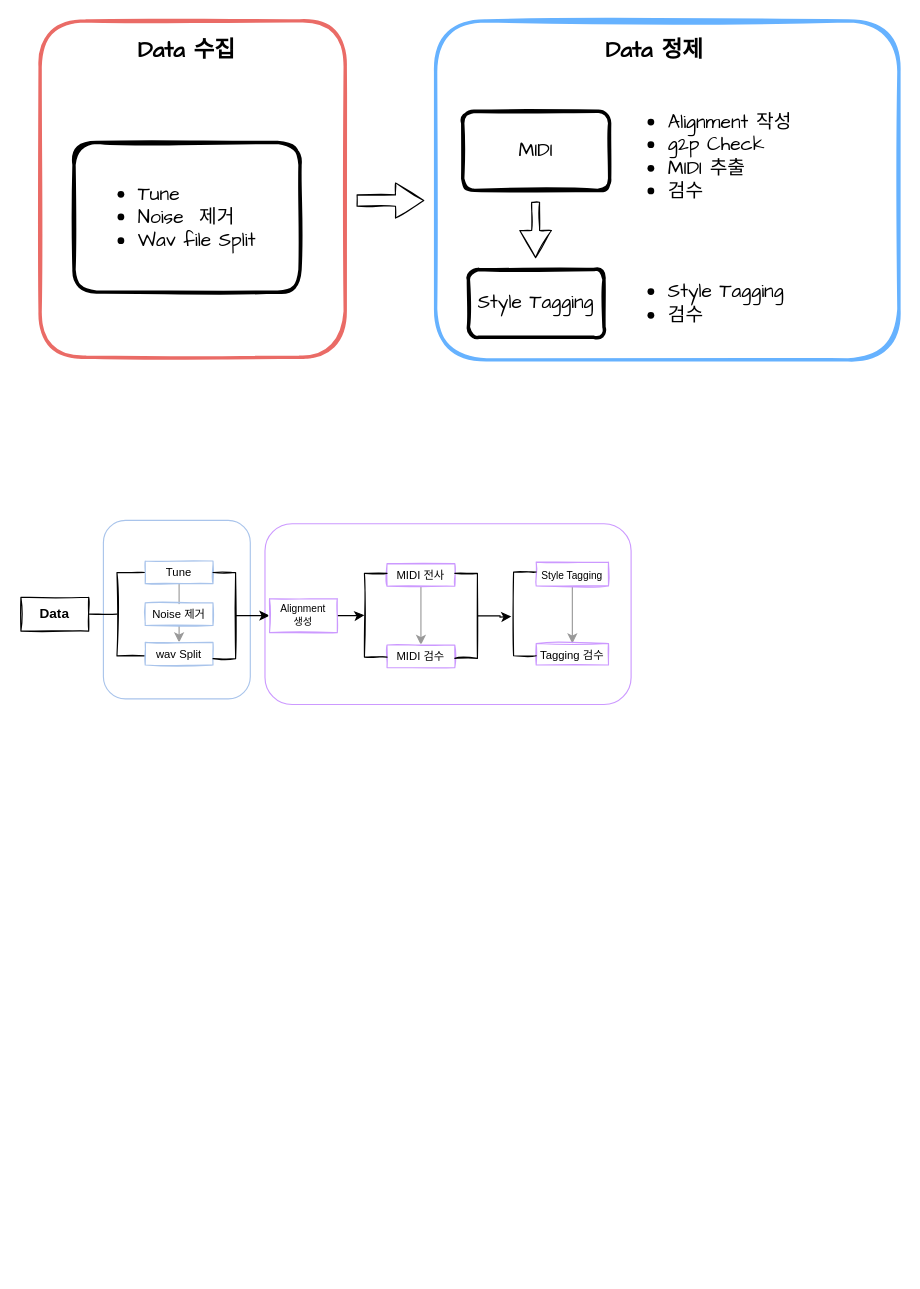
Earlier version of the draw.io diagram page "Page-1" (1 of 2) of Untitled Diagram.drawio (nyjinnn/images). Source tidied: cells renumbered, new cells numbered last; positions are measured from the earlier drawing's top-left corner, leaving out a move shared by most shapes. Both pictures are drawn from the tidied source at 113%, with x=0, y=0 at pixel (20, 20).
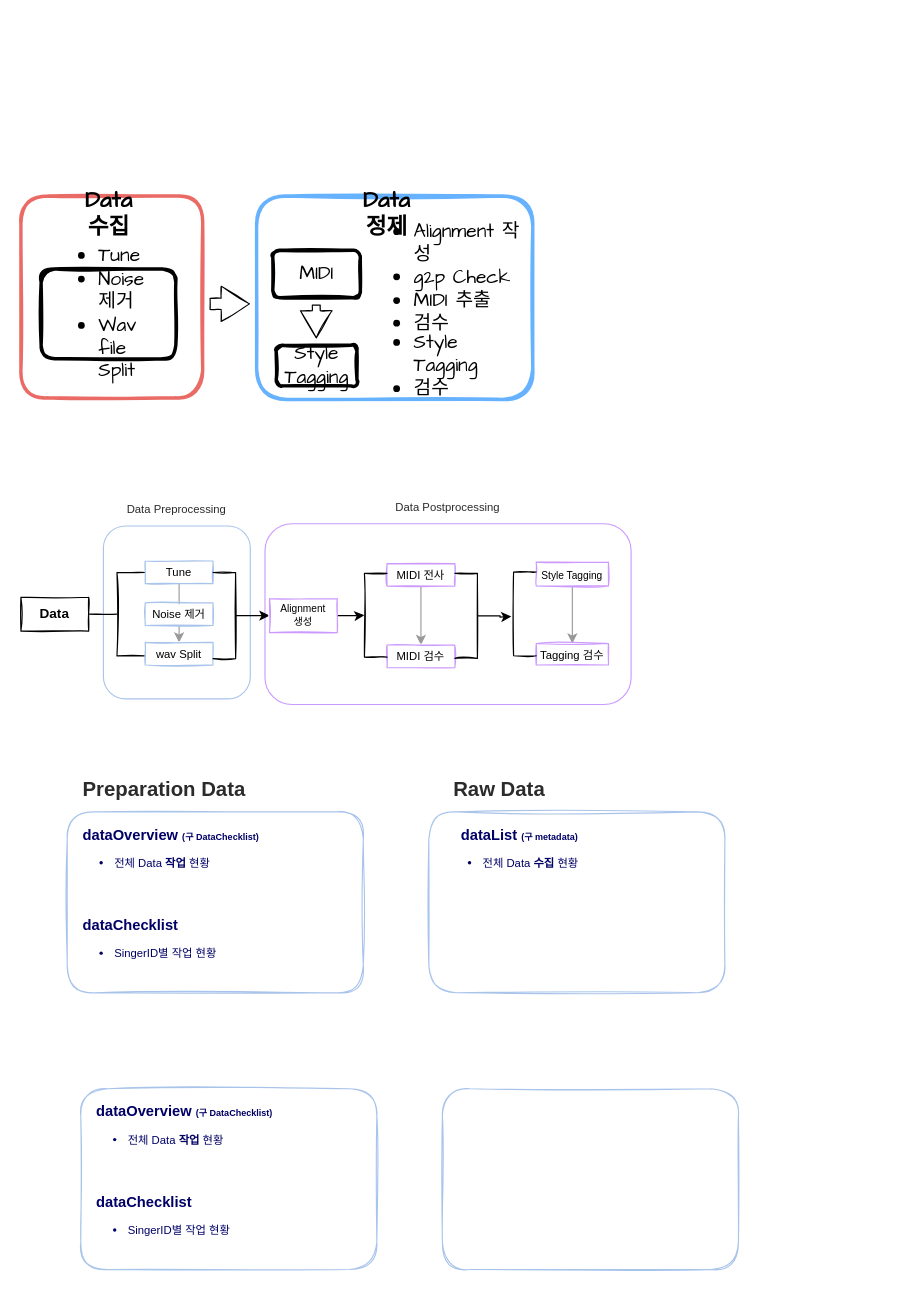
Above is the later version.

Diff of the diagram source:
```diff
@@
+    <mxCell id="36" style="rounded=1;whiteSpace=wrap;html=1;sketch=1;fontSize=9;strokeColor=#A9C4EB;strokeWidth=1;fillColor=default;" parent="1" vertex="1">
+      <mxGeometry x="361" y="700" width="262" height="160" as="geometry" />
+    </mxCell>
+    <mxCell id="37" style="rounded=1;whiteSpace=wrap;html=1;sketch=1;fontSize=9;strokeColor=#A9C4EB;strokeWidth=1;fillColor=default;" parent="1" vertex="1">
+      <mxGeometry x="41" y="700" width="262" height="160" as="geometry" />
+    </mxCell>
@@
     <mxCell id="3" style="rounded=1;whiteSpace=wrap;html=1;sketch=0;fontSize=9;strokeColor=#A9C4EB;strokeWidth=1;fillColor=default;" parent="1" vertex="1">
-      <mxGeometry x="73" y="442" width="130" height="158" as="geometry" />
+      <mxGeometry x="73" y="447" width="130" height="153" as="geometry" />
     </mxCell>
-    <mxCell id="4" style="rounded=1;whiteSpace=wrap;html=1;shadow=0;glass=0;sketch=1;fontFamily=Comic Sans MS;fontSize=17;strokeWidth=3;strokeColor=#66B2FF;" parent="1" vertex="1">
-      <mxGeometry x="367" width="410" height="300" as="geometry" />
-    </mxCell>
-    <mxCell id="5" style="rounded=1;whiteSpace=wrap;html=1;shadow=0;glass=0;sketch=1;fontFamily=Comic Sans MS;fontSize=17;strokeWidth=3;strokeColor=#EA6B66;" parent="1" vertex="1">
-      <mxGeometry x="17" width="270" height="297.5" as="geometry" />
-    </mxCell>
-    <mxCell id="6" style="rounded=1;whiteSpace=wrap;html=1;strokeColor=#000000;strokeWidth=3;gradientColor=none;shadow=0;glass=0;sketch=1;perimeterSpacing=0;" parent="1" vertex="1">
-      <mxGeometry x="47" y="107.5" width="200" height="132.5" as="geometry" />
-    </mxCell>
-    <mxCell id="7" value="Data 수집" style="text;html=1;strokeColor=none;fillColor=none;align=center;verticalAlign=middle;whiteSpace=wrap;rounded=0;fontStyle=1;fontSize=20;fontFamily=Comic Sans MS;" parent="1" vertex="1">
-      <mxGeometry x="97" y="10" width="100" height="30" as="geometry" />
-    </mxCell>
-    <mxCell id="8" value="&lt;ul style=&quot;font-size: 17px;&quot;&gt;&lt;li style=&quot;font-size: 17px;&quot;&gt;Tune&lt;/li&gt;&lt;li style=&quot;font-size: 17px;&quot;&gt;Noise&amp;nbsp; 제거&lt;/li&gt;&lt;li style=&quot;font-size: 17px;&quot;&gt;Wav file Split&lt;/li&gt;&lt;/ul&gt;" style="text;html=1;strokeColor=none;fillColor=none;align=left;verticalAlign=middle;whiteSpace=wrap;rounded=0;shadow=0;glass=0;sketch=1;fontFamily=Comic Sans MS;fontSize=17;" parent="1" vertex="1">
-      <mxGeometry x="62" y="123.8" width="170" height="100" as="geometry" />
-    </mxCell>
-    <mxCell id="9" value="Data 정제" style="text;html=1;strokeColor=none;fillColor=none;align=center;verticalAlign=middle;whiteSpace=wrap;rounded=0;fontStyle=1;fontSize=20;fontFamily=Comic Sans MS;" parent="1" vertex="1">
-      <mxGeometry x="511" y="10" width="100" height="30" as="geometry" />
-    </mxCell>
-    <mxCell id="10" value="MIDI" style="rounded=1;whiteSpace=wrap;html=1;shadow=0;glass=0;sketch=1;fontFamily=Comic Sans MS;fontSize=17;strokeColor=#000000;strokeWidth=3;fillColor=#FFFFFF;gradientColor=none;" parent="1" vertex="1">
-      <mxGeometry x="391" y="80" width="130" height="70" as="geometry" />
-    </mxCell>
-    <mxCell id="11" value="Style Tagging" style="rounded=1;whiteSpace=wrap;html=1;shadow=0;glass=0;sketch=1;fontFamily=Comic Sans MS;fontSize=17;strokeColor=#000000;strokeWidth=3;fillColor=#FFFFFF;gradientColor=none;" parent="1" vertex="1">
-      <mxGeometry x="396" y="220" width="120" height="60" as="geometry" />
-    </mxCell>
-    <mxCell id="12" value="&lt;ul style=&quot;font-size: 17px&quot;&gt;&lt;li style=&quot;font-size: 17px&quot;&gt;Alignment 작성&lt;/li&gt;&lt;li style=&quot;font-size: 17px&quot;&gt;g2p Check&lt;/li&gt;&lt;li style=&quot;font-size: 17px&quot;&gt;MIDI 추출&lt;/li&gt;&lt;li style=&quot;font-size: 17px&quot;&gt;검수&lt;/li&gt;&lt;/ul&gt;" style="text;html=1;strokeColor=none;fillColor=none;align=left;verticalAlign=middle;whiteSpace=wrap;rounded=0;shadow=0;glass=0;sketch=1;fontFamily=Comic Sans MS;fontSize=17;" parent="1" vertex="1">
-      <mxGeometry x="531" y="80" width="230" height="80" as="geometry" />
-    </mxCell>
-    <mxCell id="13" value="&lt;ul style=&quot;font-size: 17px&quot;&gt;&lt;li style=&quot;font-size: 17px&quot;&gt;Style Tagging&lt;/li&gt;&lt;li style=&quot;font-size: 17px&quot;&gt;검수&lt;/li&gt;&lt;/ul&gt;" style="text;html=1;strokeColor=none;fillColor=none;align=left;verticalAlign=middle;whiteSpace=wrap;rounded=0;shadow=0;glass=0;sketch=1;fontFamily=Comic Sans MS;fontSize=17;" parent="1" vertex="1">
-      <mxGeometry x="531" y="225" width="190" height="50" as="geometry" />
-    </mxCell>
-    <mxCell id="14" style="shape=flexArrow;endArrow=classic;html=1;rounded=1;sketch=1;fontFamily=Comic Sans MS;fontSize=17;startSize=2;endSize=8;" parent="1" edge="1">
-      <mxGeometry relative="1" as="geometry">
-        <mxPoint x="297" y="159" as="sourcePoint" />
-        <mxPoint x="357" y="159" as="targetPoint" />
-      </mxGeometry>
-    </mxCell>
-    <mxCell id="15" style="shape=flexArrow;endArrow=classic;html=1;rounded=1;sketch=1;fontFamily=Comic Sans MS;fontSize=17;startSize=2;endSize=7.67;width=7;" parent="1" edge="1">
-      <mxGeometry relative="1" as="geometry">
-        <mxPoint x="455.5" y="160" as="sourcePoint" />
-        <mxPoint x="455.5" y="210" as="targetPoint" />
-      </mxGeometry>
-    </mxCell>
@@
+    <mxCell id="38" style="group;" parent="1" vertex="1">
+      <mxGeometry y="155" width="453" height="180" as="geometry" />
+    </mxCell>
+    <mxCell id="4" style="rounded=1;whiteSpace=wrap;html=1;shadow=0;glass=0;sketch=1;fontFamily=Comic Sans MS;fontSize=17;strokeWidth=3;strokeColor=#66B2FF;" parent="38" vertex="1">
+      <mxGeometry x="208.6" width="244.4" height="180" as="geometry" />
+    </mxCell>
+    <mxCell id="5" style="rounded=1;whiteSpace=wrap;html=1;shadow=0;glass=0;sketch=1;fontFamily=Comic Sans MS;fontSize=17;strokeWidth=3;strokeColor=#EA6B66;" parent="38" vertex="1">
+      <mxGeometry width="160.9" height="178.5" as="geometry" />
+    </mxCell>
+    <mxCell id="6" style="rounded=1;whiteSpace=wrap;html=1;strokeColor=#000000;strokeWidth=3;gradientColor=none;shadow=0;glass=0;sketch=1;perimeterSpacing=0;" parent="38" vertex="1">
+      <mxGeometry x="17.9" y="64.5" width="119.2" height="79.5" as="geometry" />
+    </mxCell>
+    <mxCell id="7" value="Data 수집" style="text;html=1;strokeColor=none;fillColor=none;align=center;verticalAlign=middle;whiteSpace=wrap;rounded=0;fontStyle=1;fontSize=20;fontFamily=Comic Sans MS;" parent="38" vertex="1">
+      <mxGeometry x="47.7" y="6" width="59.6" height="18" as="geometry" />
+    </mxCell>
+    <mxCell id="8" value="&lt;ul style=&quot;font-size: 17px;&quot;&gt;&lt;li style=&quot;font-size: 17px;&quot;&gt;Tune&lt;/li&gt;&lt;li style=&quot;font-size: 17px;&quot;&gt;Noise&amp;nbsp; 제거&lt;/li&gt;&lt;li style=&quot;font-size: 17px;&quot;&gt;Wav file Split&lt;/li&gt;&lt;/ul&gt;" style="text;html=1;strokeColor=none;fillColor=none;align=left;verticalAlign=middle;whiteSpace=wrap;rounded=0;shadow=0;glass=0;sketch=1;fontFamily=Comic Sans MS;fontSize=17;" parent="38" vertex="1">
+      <mxGeometry x="26.8" y="74.2" width="101.3" height="60" as="geometry" />
+    </mxCell>
+    <mxCell id="9" value="Data 정제" style="text;html=1;strokeColor=none;fillColor=none;align=center;verticalAlign=middle;whiteSpace=wrap;rounded=0;fontStyle=1;fontSize=20;fontFamily=Comic Sans MS;" parent="38" vertex="1">
+      <mxGeometry x="294.4" y="6" width="59.6" height="18" as="geometry" />
+    </mxCell>
+    <mxCell id="10" value="MIDI" style="rounded=1;whiteSpace=wrap;html=1;shadow=0;glass=0;sketch=1;fontFamily=Comic Sans MS;fontSize=17;strokeColor=#000000;strokeWidth=3;fillColor=#FFFFFF;gradientColor=none;" parent="38" vertex="1">
+      <mxGeometry x="222.9" y="48" width="77.5" height="42" as="geometry" />
+    </mxCell>
+    <mxCell id="11" value="Style Tagging" style="rounded=1;whiteSpace=wrap;html=1;shadow=0;glass=0;sketch=1;fontFamily=Comic Sans MS;fontSize=17;strokeColor=#000000;strokeWidth=3;fillColor=#FFFFFF;gradientColor=none;" parent="38" vertex="1">
+      <mxGeometry x="225.9" y="132" width="71.5" height="36" as="geometry" />
+    </mxCell>
+    <mxCell id="12" value="&lt;ul style=&quot;font-size: 17px&quot;&gt;&lt;li style=&quot;font-size: 17px&quot;&gt;Alignment 작성&lt;/li&gt;&lt;li style=&quot;font-size: 17px&quot;&gt;g2p Check&lt;/li&gt;&lt;li style=&quot;font-size: 17px&quot;&gt;MIDI 추출&lt;/li&gt;&lt;li style=&quot;font-size: 17px&quot;&gt;검수&lt;/li&gt;&lt;/ul&gt;" style="text;html=1;strokeColor=none;fillColor=none;align=left;verticalAlign=middle;whiteSpace=wrap;rounded=0;shadow=0;glass=0;sketch=1;fontFamily=Comic Sans MS;fontSize=17;" parent="38" vertex="1">
+      <mxGeometry x="306.4" y="48" width="137.1" height="48" as="geometry" />
+    </mxCell>
+    <mxCell id="13" value="&lt;ul style=&quot;font-size: 17px&quot;&gt;&lt;li style=&quot;font-size: 17px&quot;&gt;Style Tagging&lt;/li&gt;&lt;li style=&quot;font-size: 17px&quot;&gt;검수&lt;/li&gt;&lt;/ul&gt;" style="text;html=1;strokeColor=none;fillColor=none;align=left;verticalAlign=middle;whiteSpace=wrap;rounded=0;shadow=0;glass=0;sketch=1;fontFamily=Comic Sans MS;fontSize=17;" parent="38" vertex="1">
+      <mxGeometry x="306.4" y="135" width="113.2" height="30" as="geometry" />
+    </mxCell>
+    <mxCell id="14" style="shape=flexArrow;endArrow=classic;html=1;rounded=1;sketch=1;fontFamily=Comic Sans MS;fontSize=17;startSize=2;endSize=8;" parent="38" edge="1">
+      <mxGeometry relative="1" as="geometry">
+        <mxPoint x="166.9" y="95.4" as="sourcePoint" />
+        <mxPoint x="202.7" y="95.4" as="targetPoint" />
+      </mxGeometry>
+    </mxCell>
+    <mxCell id="15" style="shape=flexArrow;endArrow=classic;html=1;rounded=1;sketch=1;fontFamily=Comic Sans MS;fontSize=17;startSize=2;endSize=7.67;width=7;" parent="38" edge="1">
+      <mxGeometry relative="1" as="geometry">
+        <mxPoint x="261.4" y="96" as="sourcePoint" />
+        <mxPoint x="261.4" y="126" as="targetPoint" />
+      </mxGeometry>
+    </mxCell>
+    <mxCell id="39" value="&lt;font style=&quot;font-size: 18px;&quot;&gt;Preparation Data&lt;/font&gt;" style="text;strokeColor=none;fillColor=none;html=1;fontSize=18;fontStyle=1;verticalAlign=middle;align=left;sketch=0;fontColor=#2B2B2B;" parent="1" vertex="1">
+      <mxGeometry x="53" y="660" width="147" height="40" as="geometry" />
+    </mxCell>
+    <mxCell id="40" value="&lt;span style=&quot;font-size: 18px;&quot;&gt;Raw Data&lt;/span&gt;" style="text;strokeColor=none;fillColor=none;html=1;fontSize=18;fontStyle=1;verticalAlign=middle;align=left;sketch=0;fontColor=#2B2B2B;" parent="1" vertex="1">
+      <mxGeometry x="381" y="660" width="147" height="40" as="geometry" />
+    </mxCell>
+    <mxCell id="41" value="dataOverview &lt;font style=&quot;font-size: 8px;&quot;&gt;(&lt;font style=&quot;&quot;&gt;구&lt;/font&gt; DataChecklist)&lt;/font&gt;" style="text;html=1;strokeColor=none;fillColor=none;align=left;verticalAlign=middle;whiteSpace=wrap;rounded=0;sketch=0;fontSize=13;fontStyle=1;fontColor=#000066;" parent="1" vertex="1">
+      <mxGeometry x="53" y="710" width="200" height="20" as="geometry" />
+    </mxCell>
+    <mxCell id="42" value="dataChecklist" style="text;html=1;strokeColor=none;fillColor=none;align=left;verticalAlign=middle;whiteSpace=wrap;rounded=0;sketch=0;fontSize=13;fontStyle=1;fontColor=#000066;" parent="1" vertex="1">
+      <mxGeometry x="53" y="790" width="217" height="20" as="geometry" />
+    </mxCell>
+    <mxCell id="43" value="dataList &lt;font style=&quot;font-size: 8px;&quot;&gt;(&lt;font style=&quot;&quot;&gt;구&amp;nbsp;&lt;/font&gt;metadata)&lt;/font&gt;" style="text;html=1;strokeColor=none;fillColor=none;align=center;verticalAlign=middle;whiteSpace=wrap;rounded=0;sketch=0;fontSize=13;fontStyle=1;fontColor=#000066;" parent="1" vertex="1">
+      <mxGeometry x="367" y="710" width="148.5" height="20" as="geometry" />
+    </mxCell>
+    <mxCell id="44" value="&lt;ul style=&quot;font-size: 10px;&quot;&gt;&lt;li style=&quot;font-size: 10px;&quot;&gt;전체 Data &lt;b style=&quot;font-size: 10px;&quot;&gt;작업&lt;/b&gt; 현황&lt;/li&gt;&lt;/ul&gt;" style="text;html=1;strokeColor=none;fillColor=none;align=left;verticalAlign=middle;whiteSpace=wrap;rounded=0;sketch=0;fontSize=10;fontColor=#000066;" parent="1" vertex="1">
+      <mxGeometry x="41" y="730" width="140" height="30" as="geometry" />
+    </mxCell>
+    <mxCell id="45" value="&lt;ul style=&quot;font-size: 10px;&quot;&gt;&lt;li style=&quot;font-size: 10px;&quot;&gt;SingerID별 작업 현황&lt;/li&gt;&lt;/ul&gt;" style="text;html=1;strokeColor=none;fillColor=none;align=left;verticalAlign=middle;whiteSpace=wrap;rounded=0;sketch=0;fontSize=10;fontColor=#000066;" parent="1" vertex="1">
+      <mxGeometry x="41" y="810" width="140" height="30" as="geometry" />
+    </mxCell>
+    <mxCell id="46" value="&lt;ul style=&quot;font-size: 10px;&quot;&gt;&lt;li style=&quot;font-size: 10px;&quot;&gt;전체 Data &lt;b style=&quot;font-size: 10px;&quot;&gt;수집 &lt;/b&gt;현황&lt;/li&gt;&lt;/ul&gt;" style="text;html=1;strokeColor=none;fillColor=none;align=left;verticalAlign=middle;whiteSpace=wrap;rounded=0;sketch=0;fontSize=10;fontColor=#000066;" parent="1" vertex="1">
+      <mxGeometry x="367" y="730" width="140" height="30" as="geometry" />
+    </mxCell>
+    <mxCell id="47" value="Data Preprocessing" style="text;html=1;strokeColor=none;fillColor=none;align=center;verticalAlign=middle;whiteSpace=wrap;rounded=0;sketch=1;fontSize=10;fontColor=#2B2B2B;" parent="1" vertex="1">
+      <mxGeometry x="82" y="417" width="112" height="30" as="geometry" />
+    </mxCell>
+    <mxCell id="48" value="Data Postprocessing" style="text;html=1;strokeColor=none;fillColor=none;align=center;verticalAlign=middle;whiteSpace=wrap;rounded=0;sketch=1;fontSize=10;fontColor=#2B2B2B;" parent="1" vertex="1">
+      <mxGeometry x="322" y="415" width="112" height="30" as="geometry" />
+    </mxCell>
+    <mxCell id="49" style="rounded=1;whiteSpace=wrap;html=1;sketch=1;fontSize=9;strokeColor=#A9C4EB;strokeWidth=1;fillColor=default;" parent="1" vertex="1">
+      <mxGeometry x="373" y="945" width="262" height="160" as="geometry" />
+    </mxCell>
+    <mxCell id="50" style="rounded=1;whiteSpace=wrap;html=1;sketch=1;fontSize=9;strokeColor=#A9C4EB;strokeWidth=1;fillColor=default;" parent="1" vertex="1">
+      <mxGeometry x="53" y="945" width="262" height="160" as="geometry" />
+    </mxCell>
+    <mxCell id="51" value="dataOverview &lt;font style=&quot;font-size: 8px;&quot;&gt;(&lt;font style=&quot;&quot;&gt;구&lt;/font&gt; DataChecklist)&lt;/font&gt;" style="text;html=1;strokeColor=none;fillColor=none;align=left;verticalAlign=middle;whiteSpace=wrap;rounded=0;sketch=0;fontSize=13;fontStyle=1;fontColor=#000066;" parent="1" vertex="1">
+      <mxGeometry x="65" y="955" width="200" height="20" as="geometry" />
+    </mxCell>
+    <mxCell id="52" value="dataChecklist" style="text;html=1;strokeColor=none;fillColor=none;align=left;verticalAlign=middle;whiteSpace=wrap;rounded=0;sketch=0;fontSize=13;fontStyle=1;fontColor=#000066;" parent="1" vertex="1">
+      <mxGeometry x="65" y="1035" width="217" height="20" as="geometry" />
+    </mxCell>
+    <mxCell id="53" value="&lt;ul style=&quot;font-size: 10px;&quot;&gt;&lt;li style=&quot;font-size: 10px;&quot;&gt;전체 Data &lt;b style=&quot;font-size: 10px;&quot;&gt;작업&lt;/b&gt; 현황&lt;/li&gt;&lt;/ul&gt;" style="text;html=1;strokeColor=none;fillColor=none;align=left;verticalAlign=middle;whiteSpace=wrap;rounded=0;sketch=0;fontSize=10;fontColor=#000066;" parent="1" vertex="1">
+      <mxGeometry x="53" y="975" width="140" height="30" as="geometry" />
+    </mxCell>
+    <mxCell id="54" value="&lt;ul style=&quot;font-size: 10px;&quot;&gt;&lt;li style=&quot;font-size: 10px;&quot;&gt;SingerID별 작업 현황&lt;/li&gt;&lt;/ul&gt;" style="text;html=1;strokeColor=none;fillColor=none;align=left;verticalAlign=middle;whiteSpace=wrap;rounded=0;sketch=0;fontSize=10;fontColor=#000066;" parent="1" vertex="1">
+      <mxGeometry x="53" y="1055" width="140" height="30" as="geometry" />
+    </mxCell>
```
